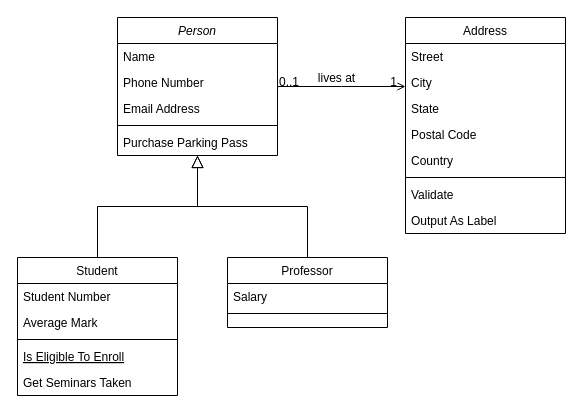
liuzyong/lcp keeps this draw.io diagram as Untitled Diagram.drawio. Above is the earlier version. Source tidied: cells renumbered, new cells numbered last; positions are measured from the earlier drawing's top-left corner, leaving out a move shared by most shapes. Both pictures are drawn from the tidied source at 100%, with x=0, y=0 at pixel (17, 17).
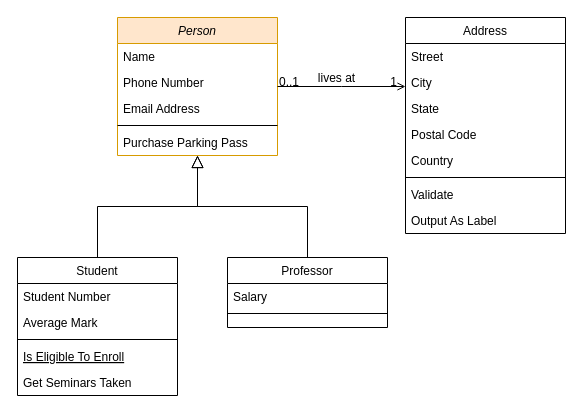
The same page after the edit.

Diff of the diagram source:
```diff
@@
-    <mxCell id="2" value="Person" style="swimlane;fontStyle=2;align=center;verticalAlign=top;horizontal=1;startSize=26;rounded=0;shadow=0;strokeWidth=1;" parent="1" vertex="1">
+    <mxCell id="2" value="Person" style="swimlane;fontStyle=2;align=center;verticalAlign=top;horizontal=1;startSize=26;rounded=0;shadow=0;strokeWidth=1;fillColor=#ffe6cc;strokeColor=#d79b00;" parent="1" vertex="1">
       <mxGeometry x="100" width="160" height="138" as="geometry" />
     </mxCell>
```
